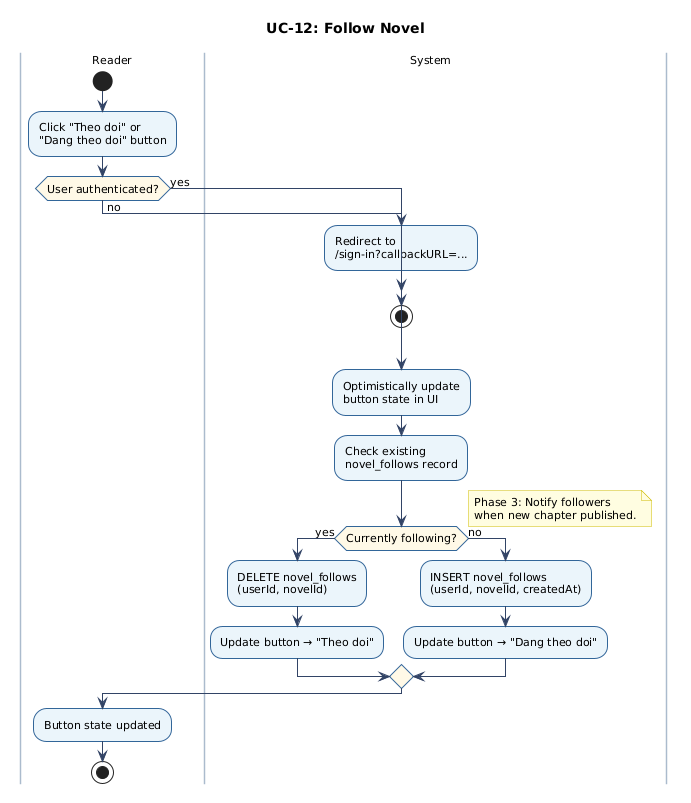
The PlantUML diagram docs/figures/uc-12-activity.png in chinhbmt122/Software-Architecture, before a commit. Its diagram source:
```plantuml
@startuml
skinparam defaultFontName Arial
skinparam defaultFontSize 11
skinparam ArrowColor #334466
skinparam ActivityBorderColor #336699
skinparam ActivityBackgroundColor #EBF4FA
skinparam ActivityBorderThickness 1
skinparam ActivityDiamondBorderColor #336699
skinparam ActivityDiamondBackgroundColor #FFF9E6
skinparam NoteBackgroundColor #FFFCE0
skinparam NoteBorderColor #CCBB00
skinparam swimlaneBorderColor #AABBCC
skinparam swimlaneWidth 160
skinparam shadowing false
title UC-12: Follow Novel
|Reader|
start
:Click "Theo doi" or\n"Dang theo doi" button;
if (User authenticated?) then (no)
  |System|
  :Redirect to\n/sign-in?callbackURL=...;
  stop
else (yes)
endif
|System|
:Optimistically update\nbutton state in UI;
:Check existing\nnovel_follows record;
if (Currently following?) then (yes)
  :DELETE novel_follows\n(userId, novelId);
  :Update button → "Theo doi";
else (no)
  :INSERT novel_follows\n(userId, novelId, createdAt);
  :Update button → "Dang theo doi";
endif
note right
  Phase 3: Notify followers
  when new chapter published.
end note
|Reader|
:Button state updated;
stop
@enduml
```
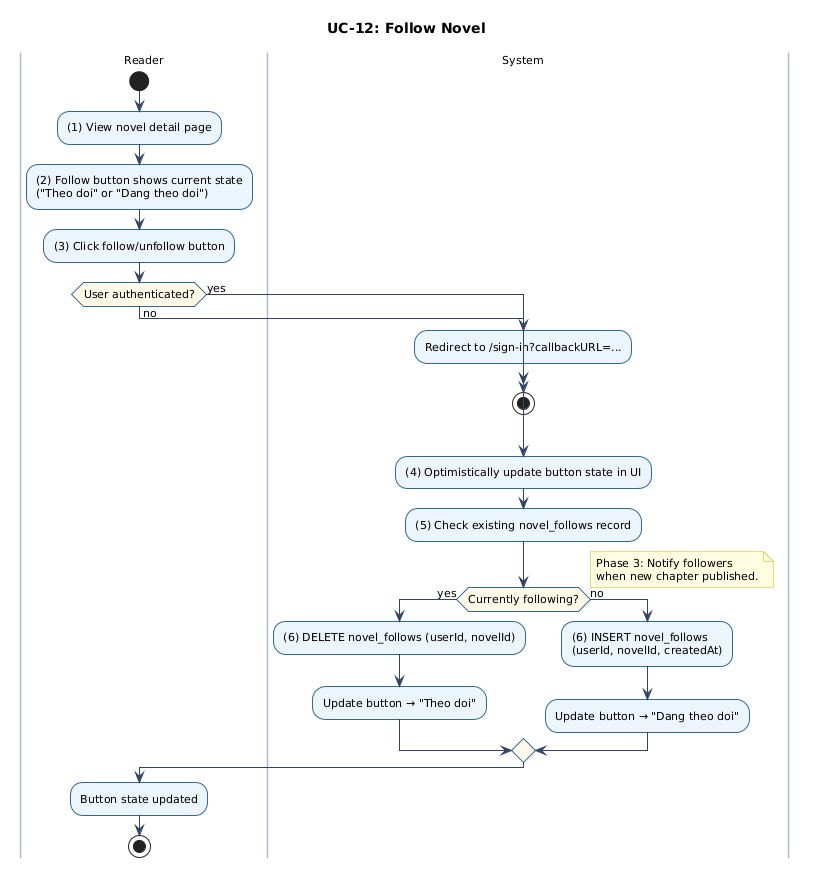
After the commit.

Diff of the diagram source:
```diff
@@ -15,21 +15,23 @@
 title UC-12: Follow Novel
 |Reader|
 start
-:Click "Theo doi" or\n"Dang theo doi" button;
+:(1) View novel detail page;
+:(2) Follow button shows current state\n("Theo doi" or "Dang theo doi");
+:(3) Click follow/unfollow button;
 if (User authenticated?) then (no)
   |System|
-  :Redirect to\n/sign-in?callbackURL=...;
+  :Redirect to /sign-in?callbackURL=...;
   stop
 else (yes)
 endif
 |System|
-:Optimistically update\nbutton state in UI;
-:Check existing\nnovel_follows record;
+:(4) Optimistically update button state in UI;
+:(5) Check existing novel_follows record;
 if (Currently following?) then (yes)
-  :DELETE novel_follows\n(userId, novelId);
+  :(6) DELETE novel_follows (userId, novelId);
   :Update button → "Theo doi";
 else (no)
-  :INSERT novel_follows\n(userId, novelId, createdAt);
+  :(6) INSERT novel_follows\n(userId, novelId, createdAt);
   :Update button → "Dang theo doi";
 endif
 note right
```
